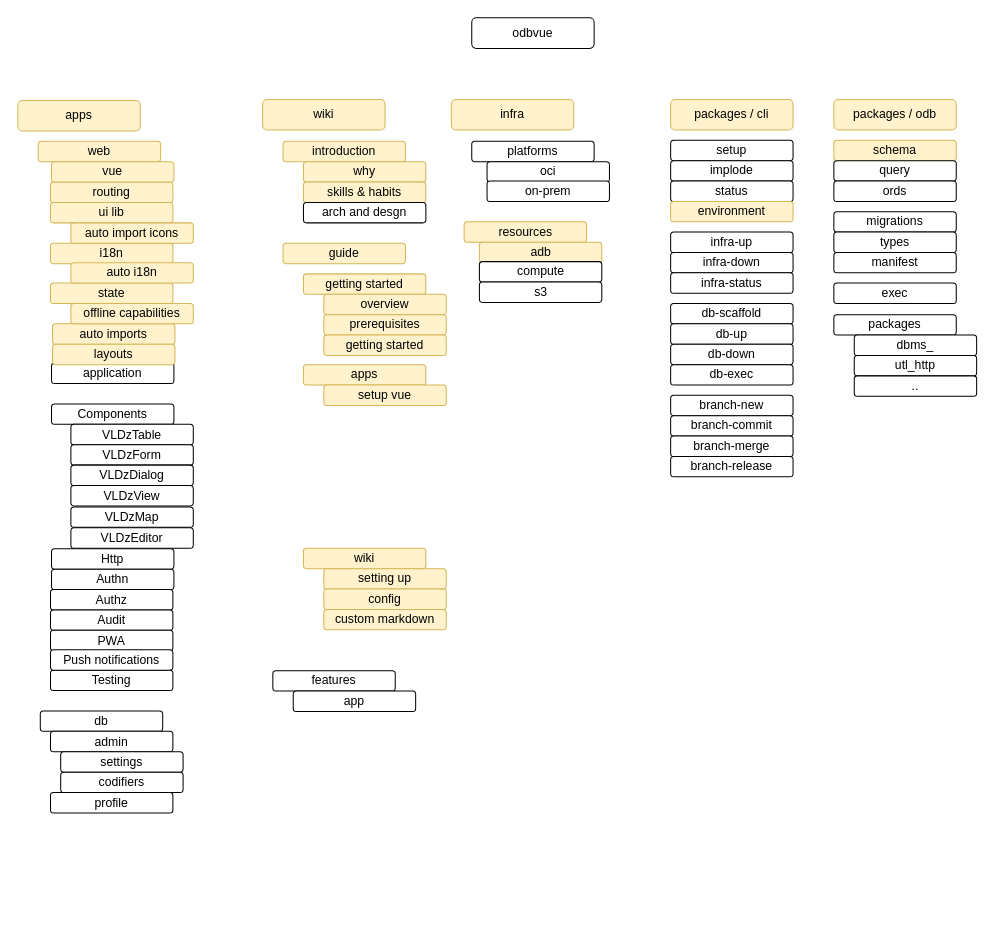
odbvue/odbvue keeps this draw.io diagram as roadmap.drawio. Above is the earlier version. Source tidied: cells renumbered, new cells numbered last; positions are measured from the earlier drawing's top-left corner, leaving out a move shared by most shapes. Both pictures are drawn from the tidied source at 102%, with x=0, y=0 at pixel (17, 17).
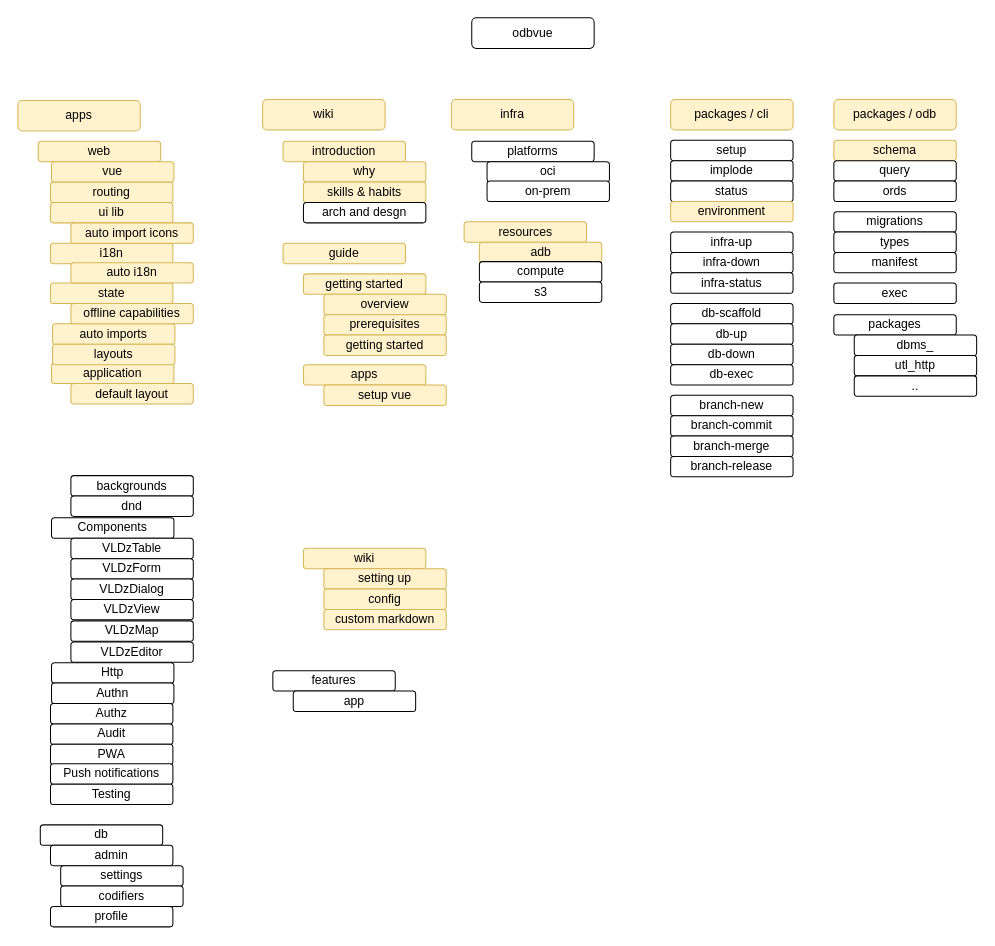
Above is the later version.

Commit message (it also covers changes not shown here):
feat(apps): application - default layout

Change to the diagram source:
```diff
@@
     <mxCell id="37" value="db" style="rounded=1;whiteSpace=wrap;html=1;" parent="1" vertex="1">
-      <mxGeometry x="22" y="679.5" width="120" height="20" as="geometry" />
+      <mxGeometry x="22" y="791.2" width="120" height="20" as="geometry" />
     </mxCell>
     <mxCell id="38" value="admin" style="rounded=1;whiteSpace=wrap;html=1;" parent="1" vertex="1">
-      <mxGeometry x="32" y="699.5" width="120" height="20" as="geometry" />
+      <mxGeometry x="32" y="811.2" width="120" height="20" as="geometry" />
     </mxCell>
     <mxCell id="39" value="settings" style="rounded=1;whiteSpace=wrap;html=1;" parent="1" vertex="1">
-      <mxGeometry x="42" y="719.5" width="120" height="20" as="geometry" />
+      <mxGeometry x="42" y="831.2" width="120" height="20" as="geometry" />
     </mxCell>
     <mxCell id="40" value="codifiers" style="rounded=1;whiteSpace=wrap;html=1;" parent="1" vertex="1">
-      <mxGeometry x="42" y="739.5" width="120" height="20" as="geometry" />
+      <mxGeometry x="42" y="851.2" width="120" height="20" as="geometry" />
     </mxCell>
@@
     <mxCell id="52" value="Testing" style="rounded=1;whiteSpace=wrap;html=1;" parent="1" vertex="1">
-      <mxGeometry x="32" y="639.5" width="120" height="20" as="geometry" />
+      <mxGeometry x="32" y="751.2" width="120" height="20" as="geometry" />
     </mxCell>
     <mxCell id="53" value="Components" style="rounded=1;whiteSpace=wrap;html=1;" parent="1" vertex="1">
-      <mxGeometry x="33" y="378.5" width="120" height="20" as="geometry" />
+      <mxGeometry x="33" y="490.2" width="120" height="20" as="geometry" />
     </mxCell>
     <mxCell id="54" value="VLDzTable" style="rounded=1;whiteSpace=wrap;html=1;" parent="1" vertex="1">
-      <mxGeometry x="52" y="398.5" width="120" height="20" as="geometry" />
+      <mxGeometry x="52" y="510.2" width="120" height="20" as="geometry" />
     </mxCell>
     <mxCell id="55" value="VLDzForm" style="rounded=1;whiteSpace=wrap;html=1;" parent="1" vertex="1">
-      <mxGeometry x="52" y="418.5" width="120" height="20" as="geometry" />
+      <mxGeometry x="52" y="530.2" width="120" height="20" as="geometry" />
     </mxCell>
     <mxCell id="56" value="VLDzDialog" style="rounded=1;whiteSpace=wrap;html=1;" parent="1" vertex="1">
-      <mxGeometry x="52" y="438.5" width="120" height="20" as="geometry" />
+      <mxGeometry x="52" y="550.2" width="120" height="20" as="geometry" />
     </mxCell>
     <mxCell id="57" value="Http" style="rounded=1;whiteSpace=wrap;html=1;" parent="1" vertex="1">
-      <mxGeometry x="33" y="520.5" width="120" height="20" as="geometry" />
+      <mxGeometry x="33" y="632.2" width="120" height="20" as="geometry" />
     </mxCell>
     <mxCell id="58" value="Authn" style="rounded=1;whiteSpace=wrap;html=1;" parent="1" vertex="1">
-      <mxGeometry x="33" y="540.5" width="120" height="20" as="geometry" />
+      <mxGeometry x="33" y="652.2" width="120" height="20" as="geometry" />
     </mxCell>
@@
     <mxCell id="60" value="VLDzView" style="rounded=1;whiteSpace=wrap;html=1;" parent="1" vertex="1">
-      <mxGeometry x="52" y="458.5" width="120" height="20" as="geometry" />
+      <mxGeometry x="52" y="570.2" width="120" height="20" as="geometry" />
     </mxCell>
     <mxCell id="61" value="VLDzMap" style="rounded=1;whiteSpace=wrap;html=1;" parent="1" vertex="1">
-      <mxGeometry x="52" y="479.5" width="120" height="20" as="geometry" />
+      <mxGeometry x="52" y="591.2" width="120" height="20" as="geometry" />
     </mxCell>
     <mxCell id="62" value="Authz" style="rounded=1;whiteSpace=wrap;html=1;" parent="1" vertex="1">
-      <mxGeometry x="32" y="560.5" width="120" height="20" as="geometry" />
+      <mxGeometry x="32" y="672.2" width="120" height="20" as="geometry" />
     </mxCell>
     <mxCell id="63" value="Audit" style="rounded=1;whiteSpace=wrap;html=1;" parent="1" vertex="1">
-      <mxGeometry x="32" y="580.5" width="120" height="20" as="geometry" />
+      <mxGeometry x="32" y="692.2" width="120" height="20" as="geometry" />
     </mxCell>
     <mxCell id="64" value="PWA" style="rounded=1;whiteSpace=wrap;html=1;" parent="1" vertex="1">
-      <mxGeometry x="32" y="600.5" width="120" height="20" as="geometry" />
+      <mxGeometry x="32" y="712.2" width="120" height="20" as="geometry" />
     </mxCell>
     <mxCell id="65" value="VLDzEditor" style="rounded=1;whiteSpace=wrap;html=1;" parent="1" vertex="1">
-      <mxGeometry x="52" y="500" width="120" height="20" as="geometry" />
+      <mxGeometry x="52" y="611.8" width="120" height="20" as="geometry" />
     </mxCell>
     <mxCell id="66" value="Push notifications" style="rounded=1;whiteSpace=wrap;html=1;" parent="1" vertex="1">
-      <mxGeometry x="32" y="619.5" width="120" height="20" as="geometry" />
+      <mxGeometry x="32" y="731.2" width="120" height="20" as="geometry" />
     </mxCell>
@@
     <mxCell id="69" value="profile" style="rounded=1;whiteSpace=wrap;html=1;" parent="1" vertex="1">
-      <mxGeometry x="32" y="759.5" width="120" height="20" as="geometry" />
+      <mxGeometry x="32" y="871.2" width="120" height="20" as="geometry" />
     </mxCell>
@@
-    <mxCell id="86" value="application" style="rounded=1;whiteSpace=wrap;html=1;" parent="1" vertex="1">
+    <mxCell id="86" value="application" style="rounded=1;whiteSpace=wrap;html=1;fillColor=#fff2cc;strokeColor=#d6b656;" parent="1" vertex="1">
       <mxGeometry x="33" y="338.5" width="120" height="20" as="geometry" />
     </mxCell>
@@
+    <mxCell id="89" value="backgrounds" style="rounded=1;whiteSpace=wrap;html=1;" parent="1" vertex="1">
+      <mxGeometry x="52" y="448.8" width="120" height="20" as="geometry" />
+    </mxCell>
+    <mxCell id="90" value="dnd" style="rounded=1;whiteSpace=wrap;html=1;" parent="1" vertex="1">
+      <mxGeometry x="52" y="468.8" width="120" height="20" as="geometry" />
+    </mxCell>
+    <mxCell id="91" value="default layout" style="rounded=1;whiteSpace=wrap;html=1;fillColor=#fff2cc;strokeColor=#d6b656;" parent="1" vertex="1">
+      <mxGeometry x="52" y="358.5" width="120" height="20" as="geometry" />
+    </mxCell>
```
